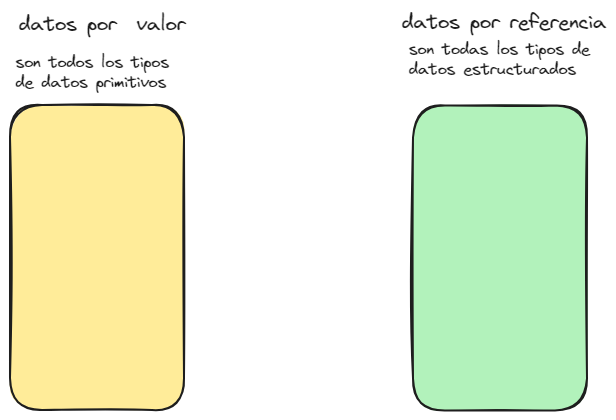
alexitho24/curso_python_2 keeps this Excalidraw diagram as TIPOS_DE_DATOS_RESTRUCTURADOS/.excalidraw.png. Above is the earlier version. Source tidied: one line per element, renumbered; positions are measured from the earlier drawing's top-left corner, leaving out a move shared by most shapes.
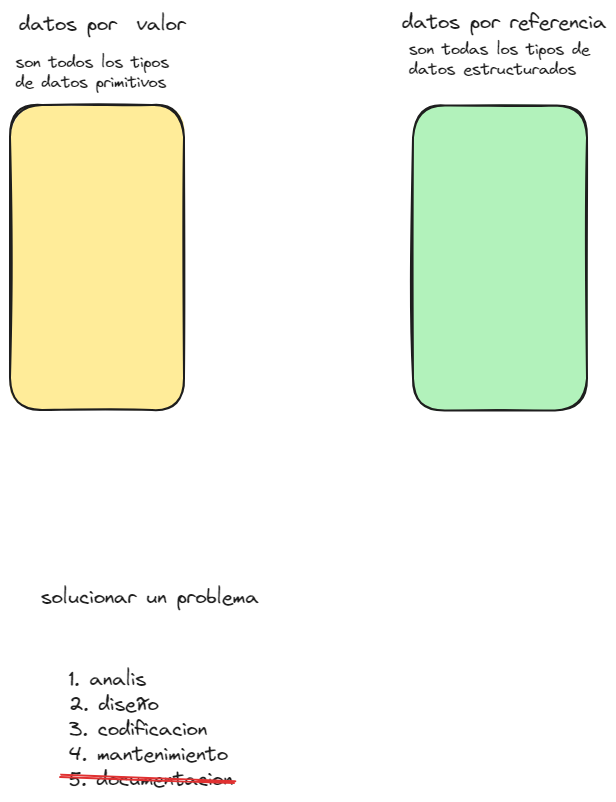
The same diagram one commit later.

The edit, as a diff of the source:
```diff
@@ -4,3 +4,6 @@
 {"id": 3, "type": "text", "text": "son todos los tipos \nde datos primitivos\n", "strokeColor": "#1e1e1e", "strokeWidth": 2, "roughness": 1, "fontSize": 16, "fontFamily": 1, "x": 6, "y": 43, "width": 161, "height": 60}
 {"id": 4, "type": "text", "text": "son todas los tipos de\ndatos estructurados ", "strokeColor": "#1e1e1e", "strokeWidth": 2, "roughness": 1, "fontSize": 16, "fontFamily": 1, "x": 399, "y": 30, "width": 181, "height": 40}
 {"id": 5, "type": "rectangle", "strokeColor": "#1e1e1e", "backgroundColor": "#b2f2bb", "fillStyle": "solid", "strokeWidth": 2, "roughness": 1, "round": true, "x": 403, "y": 96, "width": 174, "height": 305}
+{"id": 6, "type": "text", "text": "solucionar un problema", "strokeColor": "#1e1e1e", "strokeWidth": 2, "roughness": 1, "fontSize": 20, "fontFamily": 1, "x": 31, "y": 575, "width": 218, "height": 25}
+{"id": 7, "type": "text", "text": "1. analis\n2. diseño\n3. codificacion\n4. mantenimiento\n5. documentacion ", "strokeColor": "#1e1e1e", "strokeWidth": 2, "roughness": 1, "fontSize": 20, "fontFamily": 1, "x": 59, "y": 657, "width": 174, "height": 125}
+{"id": 8, "type": "line", "strokeColor": "#e03131", "backgroundColor": "#ffc9c9", "fillStyle": "solid", "strokeWidth": 2, "roughness": 1, "round": true, "x": 51, "y": 765, "width": 175, "height": 6, "points": [[0, 0], [175, 6]]}
```
